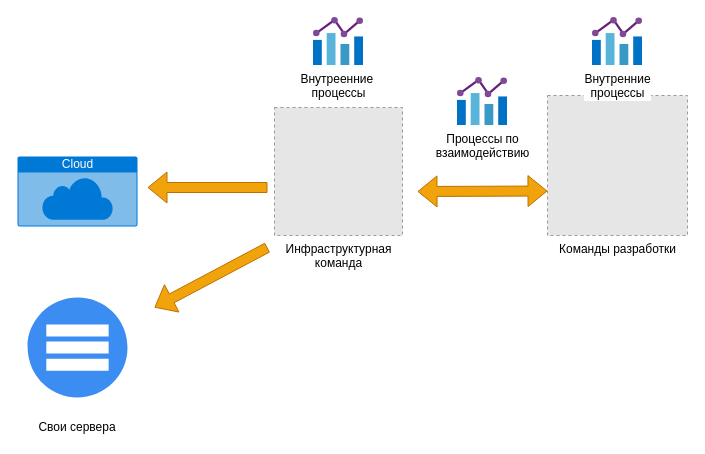
This is src/draw.io/cetnral-infra-team.drawio from b1ff/learning-architect.blog, a draw.io file, before an edit. Source tidied: cells renumbered, new cells numbered last; positions are measured from the earlier drawing's top-left corner, leaving out a move shared by most shapes. Both pictures are drawn from the tidied source at 100%, with x=0, y=0 at pixel (17, 17). Pictures stored in the file or linked from it are replaced by grey dashed boxes.
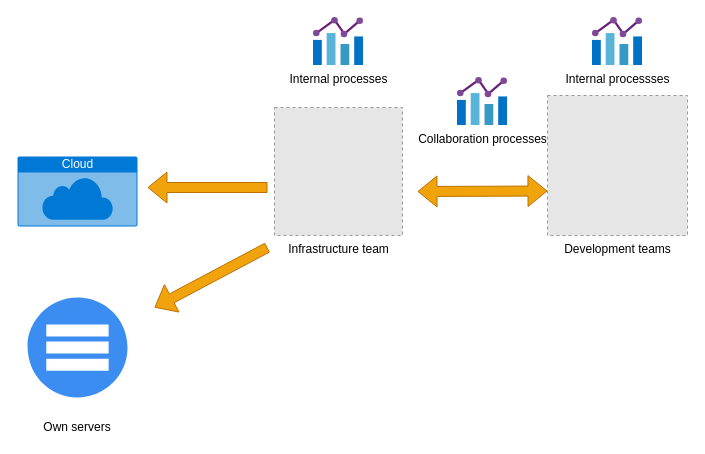
After the change.

What changed in the source:
```diff
@@
 <mxGraphModel>
   <root>
     <mxCell id="0" />
     <mxCell id="1" parent="0" />
-    <mxCell id="2" value="Команды разработки" style="fillColor=#E6E6E6;strokeColor=#999999;dashed=1;html=1;verticalAlign=top;verticalLabelPosition=bottom;labelBackgroundColor=#ffffff;" parent="1" vertex="1">
+    <mxCell id="2" value="Development teams" style="fillColor=#E6E6E6;strokeColor=#999999;dashed=1;html=1;verticalAlign=top;verticalLabelPosition=bottom;labelBackgroundColor=#ffffff;" parent="1" vertex="1">
       <mxGeometry x="530" y="78" width="140" height="140" as="geometry" />
     </mxCell>
-    <mxCell id="3" value="Инфраструктурная&lt;br&gt;команда" style="fillColor=#E6E6E6;strokeColor=#999999;dashed=1;html=1;verticalAlign=top;verticalLabelPosition=bottom;labelBackgroundColor=#ffffff;" parent="1" vertex="1">
+    <mxCell id="3" value="Infrastructure team" style="fillColor=#E6E6E6;strokeColor=#999999;dashed=1;html=1;verticalAlign=top;verticalLabelPosition=bottom;labelBackgroundColor=#ffffff;" parent="1" vertex="1">
       <mxGeometry x="257" y="90" width="128" height="128" as="geometry" />
     </mxCell>
     <mxCell id="4" value="Cloud" style="html=1;strokeColor=none;fillColor=#0079D6;labelPosition=center;verticalLabelPosition=middle;verticalAlign=top;align=center;fontSize=12;spacingTop=-6;fontColor=#FFFFFF;shape=mxgraph.sitemap.cloud;" parent="1" vertex="1">
       <mxGeometry y="139" width="120" height="70" as="geometry" />
     </mxCell>
     <mxCell id="5" style="shape=flexArrow;endArrow=classic;startArrow=classic;html=1;fillColor=#f0a30a;strokeColor=#BD7000;" parent="1" edge="1">
       <mxGeometry relative="1" as="geometry">
         <mxPoint x="400" y="174" as="sourcePoint" />
         <mxPoint x="530" y="173.5" as="targetPoint" />
       </mxGeometry>
     </mxCell>
     <mxCell id="6" style="shape=flexArrow;endArrow=classic;html=1;fillColor=#f0a30a;strokeColor=#BD7000;" parent="1" edge="1">
       <mxGeometry relative="1" as="geometry">
         <mxPoint x="250" y="170" as="sourcePoint" />
         <mxPoint x="130" y="170" as="targetPoint" />
       </mxGeometry>
     </mxCell>
     <mxCell id="7" style="html=1;strokeColor=none;shadow=0;align=center;verticalAlign=top;fillColor=#3B8DF1;shape=mxgraph.gcp2.servers_stacked;" parent="1" vertex="1">
       <mxGeometry x="10" y="280" width="100" height="100" as="geometry" />
     </mxCell>
     <mxCell id="8" style="shape=flexArrow;endArrow=classic;html=1;fillColor=#f0a30a;strokeColor=#BD7000;" parent="1" edge="1">
       <mxGeometry relative="1" as="geometry">
         <mxPoint x="250" y="230" as="sourcePoint" />
         <mxPoint x="137" y="290" as="targetPoint" />
       </mxGeometry>
     </mxCell>
-    <mxCell id="9" value="Свои сервера" style="text;html=1;strokeColor=none;fillColor=none;align=center;verticalAlign=middle;whiteSpace=wrap;rounded=0;" parent="1" vertex="1">
+    <mxCell id="9" value="Own servers" style="text;html=1;strokeColor=none;fillColor=none;align=center;verticalAlign=middle;whiteSpace=wrap;rounded=0;" parent="1" vertex="1">
       <mxGeometry x="20" y="400" width="80" height="20" as="geometry" />
     </mxCell>
-    <mxCell id="10" value="Внутреенние&amp;nbsp;&lt;br&gt;процессы" style="html=1;align=center;image;fontSize=12;image=img/lib/mscae/Chart.svg;" parent="1" vertex="1">
+    <mxCell id="10" value="Internal processes" style="html=1;align=center;image;fontSize=12;image=img/lib/mscae/Chart.svg;" parent="1" vertex="1">
       <mxGeometry x="296" width="50" height="48" as="geometry" />
     </mxCell>
-    <mxCell id="11" value="Внутренние &lt;br&gt;процессы" style="html=1;align=center;image;fontSize=12;image=img/lib/mscae/Chart.svg;" parent="1" vertex="1">
+    <mxCell id="11" value="Internal processses" style="html=1;align=center;image;fontSize=12;image=img/lib/mscae/Chart.svg;" parent="1" vertex="1">
       <mxGeometry x="575" width="50" height="48" as="geometry" />
     </mxCell>
-    <mxCell id="12" value="Процессы по&lt;br&gt;взаимодействию" style="html=1;align=center;image;fontSize=12;image=img/lib/mscae/Chart.svg;" parent="1" vertex="1">
+    <mxCell id="12" value="Collaboration processes" style="html=1;align=center;image;fontSize=12;image=img/lib/mscae/Chart.svg;" parent="1" vertex="1">
       <mxGeometry x="440" y="60" width="50" height="48" as="geometry" />
     </mxCell>
   </root>
 </mxGraphModel>
```
